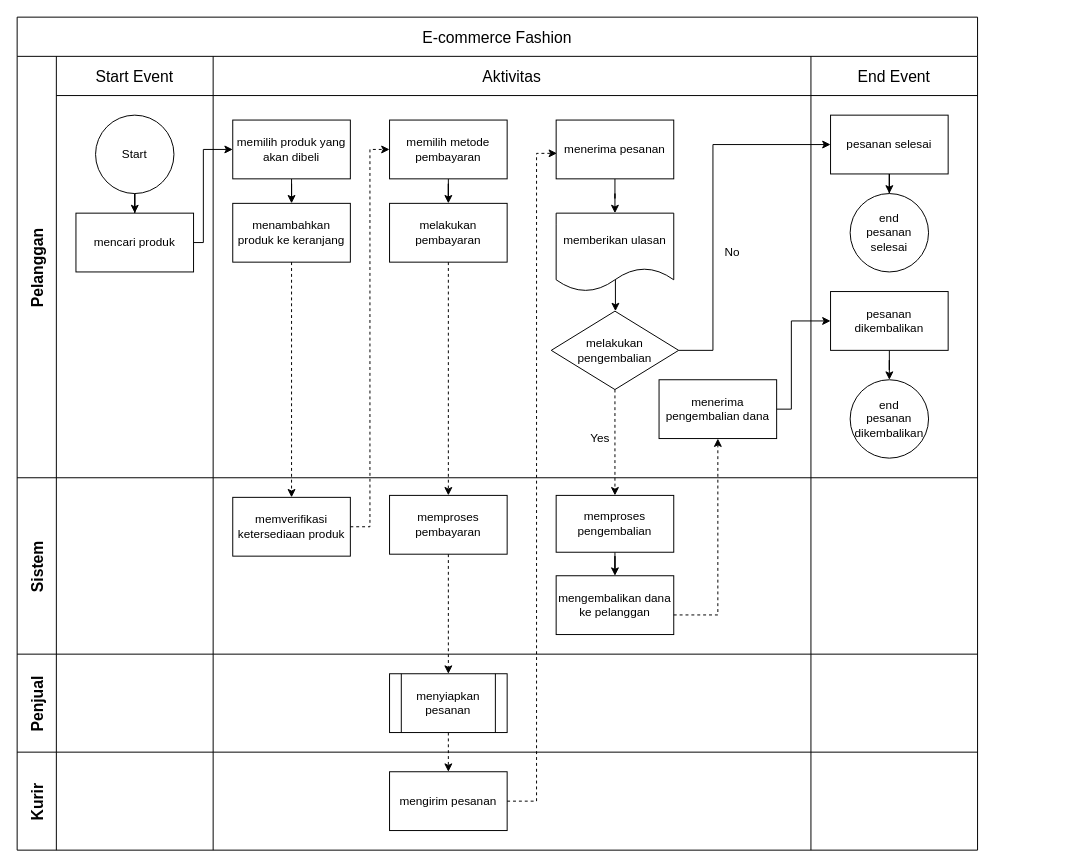
irwanx/BPMN keeps this draw.io diagram as img/Untitled Diagram.drawio. Above is the earlier version. Source tidied: cells renumbered, new cells numbered last; positions are measured from the earlier drawing's top-left corner, leaving out a move shared by most shapes. Both pictures are drawn from the tidied source at 98%, with x=0, y=0 at pixel (17, 17).
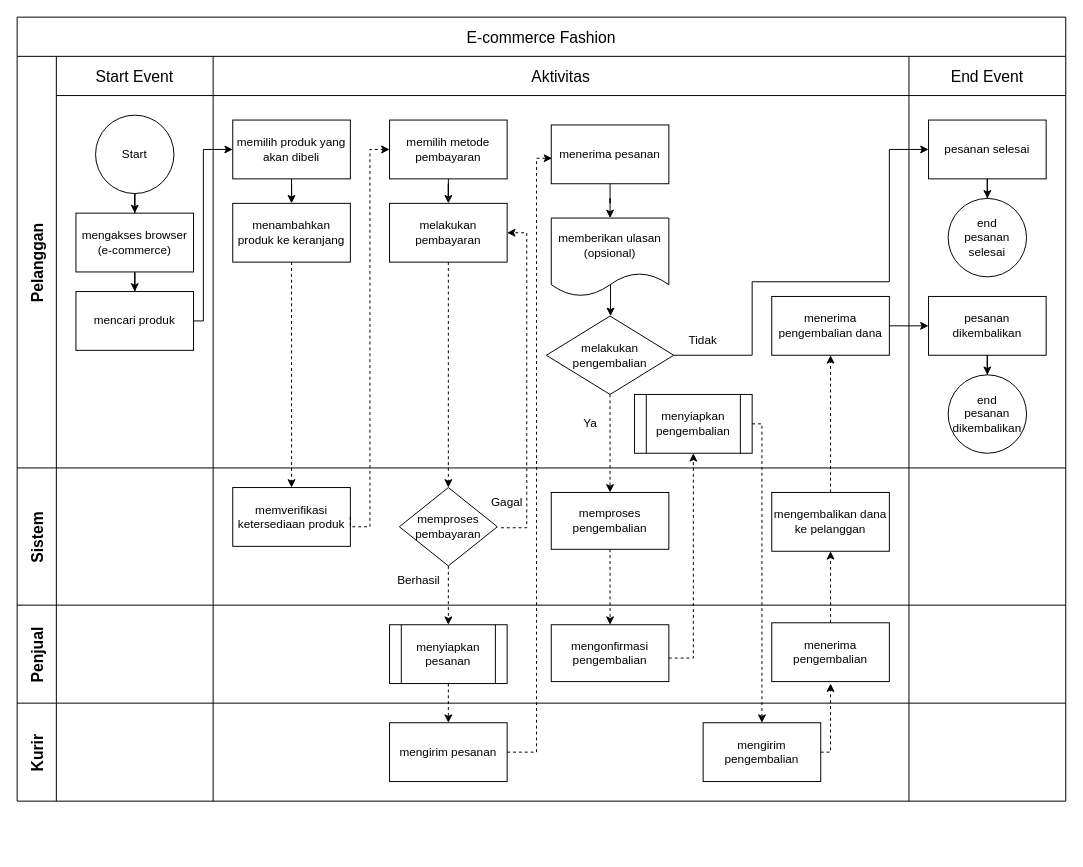
After the change.

Unchanged cells that the change refers to:
```xml
<mxCell id="10" value="&lt;div&gt;&lt;span style=&quot;background-color: initial;&quot;&gt;memilih produk yang akan dibeli&lt;/span&gt;&lt;br&gt;&lt;/div&gt;" style="whiteSpace=wrap;html=1;" parent="8" vertex="1">
  <mxGeometry x="20" y="65" width="120" height="60" as="geometry" />
</mxCell>
<mxCell id="14" value="melakukan pembayaran" style="whiteSpace=wrap;html=1;" parent="8" vertex="1">
  <mxGeometry x="180" y="150" width="120" height="60" as="geometry" />
</mxCell>
<mxCell id="45" value="menyiapkan pesanan" style="shape=process;whiteSpace=wrap;html=1;backgroundOutline=1;" parent="44" vertex="1">
  <mxGeometry x="180" y="20" width="120" height="60" as="geometry" />
</mxCell>
<mxCell id="50" value="mengirim pesanan" style="whiteSpace=wrap;html=1;" parent="49" vertex="1">
  <mxGeometry x="180" y="20" width="120" height="60" as="geometry" />
</mxCell>
```

Change to the diagram source:
```diff
@@
     <mxCell id="2" value="E-commerce Fashion" style="shape=table;childLayout=tableLayout;startSize=40;fontSize=16;" parent="1" vertex="1">
-      <mxGeometry width="980" height="850" as="geometry" />
+      <mxGeometry width="1070" height="800" as="geometry" />
     </mxCell>
     <mxCell id="3" value="Pelanggan" style="shape=tableRow;horizontal=0;swimlaneHead=0;swimlaneBody=0;top=0;left=0;strokeColor=inherit;bottom=0;right=0;fontStyle=1;fillColor=none;startSize=40;fontSize=16;" parent="2" vertex="1">
-      <mxGeometry y="40" width="980" height="430" as="geometry" />
+      <mxGeometry y="40" width="1070" height="420" as="geometry" />
     </mxCell>
     <mxCell id="4" value="Start Event" style="swimlane;swimlaneHead=0;swimlaneBody=0;fontStyle=0;strokeColor=inherit;fillColor=none;startSize=40;fontSize=16;" parent="3" vertex="1">
-      <mxGeometry x="40" width="160" height="430" as="geometry" />
+      <mxGeometry x="40" width="160" height="420" as="geometry" />
     </mxCell>
@@
+    <mxCell id="60" style="edgeStyle=orthogonalEdgeStyle;rounded=0;jettySize=auto;html=1;" parent="4" edge="1" source="7" target="61">
+      <mxGeometry relative="1" as="geometry" />
+    </mxCell>
-    <mxCell id="7" value="mencari produk" style="whiteSpace=wrap;html=1;" parent="4" vertex="1">
+    <mxCell id="7" value="mengakses browser&lt;div&gt;(e-commerce)&lt;/div&gt;" style="whiteSpace=wrap;html=1;" parent="4" vertex="1">
       <mxGeometry x="20" y="160" width="120" height="60" as="geometry" />
     </mxCell>
+    <mxCell id="61" value="mencari produk" style="whiteSpace=wrap;html=1;" parent="4" vertex="1">
+      <mxGeometry x="20" y="240" width="120" height="60" as="geometry" />
+    </mxCell>
     <mxCell id="8" value="Aktivitas" style="swimlane;swimlaneHead=0;swimlaneBody=0;fontStyle=0;strokeColor=inherit;fillColor=none;startSize=40;fontSize=16;" parent="3" vertex="1">
-      <mxGeometry x="200" width="610" height="430" as="geometry" />
+      <mxGeometry x="200" width="710" height="420" as="geometry" />
     </mxCell>
@@
     <mxCell id="16" value="menerima pesanan" style="whiteSpace=wrap;html=1;" parent="8" vertex="1">
-      <mxGeometry x="350" y="65" width="120" height="60" as="geometry" />
+      <mxGeometry x="345" y="70" width="120" height="60" as="geometry" />
     </mxCell>
@@
     <mxCell id="18" value="melakukan pengembalian" style="rhombus;whiteSpace=wrap;html=1;" parent="8" vertex="1">
-      <mxGeometry x="345" y="260" width="130" height="80" as="geometry" />
+      <mxGeometry x="340" y="265" width="130" height="80" as="geometry" />
     </mxCell>
     <mxCell id="19" value="menerima pengembalian dana" style="whiteSpace=wrap;html=1;" parent="8" vertex="1">
-      <mxGeometry x="455" y="330" width="120" height="60" as="geometry" />
+      <mxGeometry x="570" y="245" width="120" height="60" as="geometry" />
     </mxCell>
-    <mxCell id="20" value="No" style="text;html=1;align=center;verticalAlign=middle;whiteSpace=wrap;rounded=0;" parent="8" vertex="1">
-      <mxGeometry x="500" y="185" width="60" height="30" as="geometry" />
+    <mxCell id="20" value="Tidak" style="text;html=1;align=center;verticalAlign=middle;whiteSpace=wrap;rounded=0;" parent="8" vertex="1">
+      <mxGeometry x="470" y="275" width="60" height="30" as="geometry" />
     </mxCell>
-    <mxCell id="21" value="Yes" style="text;html=1;align=center;verticalAlign=middle;whiteSpace=wrap;rounded=0;direction=south;" parent="8" vertex="1">
-      <mxGeometry x="380" y="360" width="30" height="60" as="geometry" />
-    </mxCell>
-    <mxCell id="22" value="memberikan ulasan" style="shape=document;whiteSpace=wrap;html=1;boundedLbl=1;" parent="8" vertex="1">
-      <mxGeometry x="350" y="160" width="120" height="80" as="geometry" />
+    <mxCell id="22" value="memberikan ulasan&lt;div&gt;(opsional)&lt;/div&gt;" style="shape=document;whiteSpace=wrap;html=1;boundedLbl=1;" parent="8" vertex="1">
+      <mxGeometry x="345" y="165" width="120" height="80" as="geometry" />
     </mxCell>
-    <mxCell id="23" value="End Event" style="swimlane;swimlaneHead=0;swimlaneBody=0;fontStyle=0;strokeColor=inherit;fillColor=none;startSize=40;fontSize=16;" parent="3" vertex="1">
-      <mxGeometry x="810" width="170" height="430" as="geometry" />
-    </mxCell>
+    <mxCell id="62" value="menyiapkan pengembalian" style="shape=process;whiteSpace=wrap;html=1;backgroundOutline=1;" parent="8" vertex="1">
+      <mxGeometry x="430" y="345" width="120" height="60" as="geometry" />
+    </mxCell>
-    <mxCell id="24" style="edgeStyle=orthogonalEdgeStyle;rounded=0;jettySize=auto;html=1;" parent="23" edge="1" source="25" target="26">
+    <mxCell id="24" style="edgeStyle=orthogonalEdgeStyle;rounded=0;jettySize=auto;html=1;" parent="8" edge="1" source="25" target="26">
       <mxGeometry relative="1" as="geometry" />
     </mxCell>
-    <mxCell id="25" value="pesanan selesai" style="whiteSpace=wrap;html=1;" parent="23" vertex="1">
-      <mxGeometry x="20" y="60" width="120" height="60" as="geometry" />
+    <mxCell id="25" value="pesanan selesai" style="whiteSpace=wrap;html=1;" parent="8" vertex="1">
+      <mxGeometry x="730" y="65" width="120" height="60" as="geometry" />
     </mxCell>
-    <mxCell id="26" value="end&lt;div&gt;pesanan selesai&lt;/div&gt;" style="ellipse;whiteSpace=wrap;html=1;" parent="23" vertex="1">
-      <mxGeometry x="40" y="140" width="80" height="80" as="geometry" />
+    <mxCell id="26" value="end&lt;div&gt;pesanan selesai&lt;/div&gt;" style="ellipse;whiteSpace=wrap;html=1;" parent="8" vertex="1">
+      <mxGeometry x="750" y="145" width="80" height="80" as="geometry" />
     </mxCell>
-    <mxCell id="27" style="edgeStyle=orthogonalEdgeStyle;rounded=0;jettySize=auto;html=1;" parent="23" edge="1" source="28" target="29">
-      <mxGeometry relative="1" as="geometry" />
-    </mxCell>
-    <mxCell id="28" value="pesanan dikembalikan" style="whiteSpace=wrap;html=1;" parent="23" vertex="1">
-      <mxGeometry x="20" y="240" width="120" height="60" as="geometry" />
+    <mxCell id="28" value="pesanan dikembalikan" style="whiteSpace=wrap;html=1;" parent="8" vertex="1">
+      <mxGeometry x="730" y="245" width="120" height="60" as="geometry" />
     </mxCell>
-    <mxCell id="29" value="end&lt;div&gt;pesanan dikembalikan&lt;/div&gt;" style="ellipse;whiteSpace=wrap;html=1;" parent="23" vertex="1">
-      <mxGeometry x="40" y="330" width="80" height="80" as="geometry" />
-    </mxCell>
-    <mxCell id="30" style="edgeStyle=orthogonalEdgeStyle;rounded=0;jettySize=auto;html=1;" parent="3" edge="1" source="7" target="10">
-      <mxGeometry relative="1" as="geometry">
-        <Array as="points">
-          <mxPoint x="190" y="190" />
-          <mxPoint x="190" y="95" />
-        </Array>
-      </mxGeometry>
-    </mxCell>
-    <mxCell id="31" style="edgeStyle=orthogonalEdgeStyle;rounded=0;jettySize=auto;html=1;exitX=1;exitY=0.5;exitDx=0;exitDy=0;" parent="3" edge="1" source="18" target="25">
+    <mxCell id="31" style="edgeStyle=orthogonalEdgeStyle;rounded=0;jettySize=auto;html=1;exitX=1;exitY=0.5;exitDx=0;exitDy=0;" parent="8" edge="1" source="18" target="25">
       <mxGeometry relative="1" as="geometry">
         <Array as="points">
-          <mxPoint x="710" y="300" />
-          <mxPoint x="710" y="90" />
+          <mxPoint x="550" y="305" />
+          <mxPoint x="550" y="230" />
+          <mxPoint x="690" y="230" />
+          <mxPoint x="690" y="95" />
         </Array>
       </mxGeometry>
     </mxCell>
-    <mxCell id="32" style="edgeStyle=orthogonalEdgeStyle;rounded=0;jettySize=auto;html=1;entryX=0;entryY=0.5;entryDx=0;entryDy=0;" parent="3" edge="1" source="19" target="28">
+    <mxCell id="32" style="edgeStyle=orthogonalEdgeStyle;rounded=0;jettySize=auto;html=1;entryX=0;entryY=0.5;entryDx=0;entryDy=0;" parent="8" edge="1" source="19" target="28">
       <mxGeometry relative="1" as="geometry">
         <Array as="points">
-          <mxPoint x="790" y="360" />
-          <mxPoint x="790" y="270" />
+          <mxPoint x="670" y="275" />
+          <mxPoint x="670" y="275" />
         </Array>
       </mxGeometry>
     </mxCell>
+    <mxCell id="21" value="Ya" style="text;html=1;align=center;verticalAlign=middle;whiteSpace=wrap;rounded=0;direction=south;" parent="8" vertex="1">
+      <mxGeometry x="370" y="345" width="30" height="60" as="geometry" />
+    </mxCell>
+    <mxCell id="39" value="memproses pengembalian" style="whiteSpace=wrap;html=1;" parent="8" vertex="1">
+      <mxGeometry x="345" y="445" width="120" height="58" as="geometry" />
+    </mxCell>
+    <mxCell id="40" value="mengembalikan dana ke pelanggan" style="whiteSpace=wrap;html=1;" parent="8" vertex="1">
+      <mxGeometry x="570" y="445" width="120" height="60" as="geometry" />
+    </mxCell>
+    <mxCell id="63" style="edgeStyle=orthogonalEdgeStyle;rounded=0;jettySize=auto;html=1;dashed=1;" parent="8" edge="1" source="64">
+      <mxGeometry relative="1" as="geometry">
+        <mxPoint x="630" y="640" as="targetPoint" />
+        <Array as="points">
+          <mxPoint x="630" y="710" />
+        </Array>
+      </mxGeometry>
+    </mxCell>
+    <mxCell id="54" style="edgeStyle=orthogonalEdgeStyle;rounded=0;jettySize=auto;html=1;dashed=1;" parent="8" edge="1" source="18" target="39">
+      <mxGeometry relative="1" as="geometry" />
+    </mxCell>
+    <mxCell id="55" style="edgeStyle=orthogonalEdgeStyle;rounded=0;jettySize=auto;html=1;dashed=1;" parent="8" edge="1" source="40" target="19">
+      <mxGeometry relative="1" as="geometry">
+        <Array as="points">
+          <mxPoint x="630" y="425" />
+          <mxPoint x="630" y="425" />
+        </Array>
+      </mxGeometry>
+    </mxCell>
+    <mxCell id="29" value="end&lt;div&gt;pesanan dikembalikan&lt;/div&gt;" style="ellipse;whiteSpace=wrap;html=1;" parent="8" vertex="1">
+      <mxGeometry x="750" y="325" width="80" height="80" as="geometry" />
+    </mxCell>
+    <mxCell id="27" style="edgeStyle=orthogonalEdgeStyle;rounded=0;jettySize=auto;html=1;" parent="8" edge="1" source="28" target="29">
+      <mxGeometry relative="1" as="geometry" />
+    </mxCell>
+    <mxCell id="64" value="mengirim pengembalian" style="whiteSpace=wrap;html=1;" parent="8" vertex="1">
+      <mxGeometry x="500" y="680" width="120" height="60" as="geometry" />
+    </mxCell>
+    <mxCell id="65" style="edgeStyle=orthogonalEdgeStyle;rounded=0;jettySize=auto;html=1;dashed=1;" parent="8" edge="1" source="62" target="64">
+      <mxGeometry relative="1" as="geometry">
+        <Array as="points">
+          <mxPoint x="560" y="375" />
+        </Array>
+      </mxGeometry>
+    </mxCell>
+    <mxCell id="23" value="End Event" style="swimlane;swimlaneHead=0;swimlaneBody=0;fontStyle=0;strokeColor=inherit;fillColor=none;startSize=40;fontSize=16;" parent="3" vertex="1">
+      <mxGeometry x="910" width="160" height="420" as="geometry" />
+    </mxCell>
+    <mxCell id="30" style="edgeStyle=orthogonalEdgeStyle;rounded=0;jettySize=auto;html=1;exitX=1;exitY=0.5;exitDx=0;exitDy=0;" parent="3" edge="1" source="61" target="10">
+      <mxGeometry relative="1" as="geometry">
+        <Array as="points">
+          <mxPoint x="190" y="270" />
+          <mxPoint x="190" y="95" />
+        </Array>
+      </mxGeometry>
+    </mxCell>
     <mxCell id="33" value="Sistem" style="shape=tableRow;horizontal=0;swimlaneHead=0;swimlaneBody=0;top=0;left=0;strokeColor=inherit;bottom=0;right=0;fontStyle=1;fillColor=none;startSize=40;fontSize=16;" parent="2" vertex="1">
-      <mxGeometry y="470" width="980" height="180" as="geometry" />
+      <mxGeometry y="460" width="1070" height="140" as="geometry" />
     </mxCell>
     <mxCell id="34" style="swimlane;swimlaneHead=0;swimlaneBody=0;fontStyle=0;strokeColor=inherit;fillColor=none;startSize=0;fontSize=16;" parent="33" vertex="1">
-      <mxGeometry x="40" width="160" height="180" as="geometry" />
+      <mxGeometry x="40" width="160" height="140" as="geometry" />
     </mxCell>
     <mxCell id="35" style="swimlane;swimlaneHead=0;swimlaneBody=0;fontStyle=0;strokeColor=inherit;fillColor=none;startSize=0;fontSize=16;" parent="33" vertex="1">
-      <mxGeometry x="200" width="610" height="180" as="geometry" />
+      <mxGeometry x="200" width="710" height="140" as="geometry" />
     </mxCell>
@@
-    <mxCell id="37" value="memproses pembayaran" style="whiteSpace=wrap;html=1;" parent="35" vertex="1">
-      <mxGeometry x="180" y="18" width="120" height="60" as="geometry" />
+    <mxCell id="37" value="memproses pembayaran" style="rhombus;whiteSpace=wrap;html=1;" parent="35" vertex="1">
+      <mxGeometry x="190" y="20" width="100" height="80" as="geometry" />
     </mxCell>
-    <mxCell id="38" style="edgeStyle=orthogonalEdgeStyle;rounded=0;jettySize=auto;html=1;" parent="35" edge="1" source="39" target="40">
-      <mxGeometry relative="1" as="geometry" />
-    </mxCell>
-    <mxCell id="39" value="memproses pengembalian" style="whiteSpace=wrap;html=1;" parent="35" vertex="1">
-      <mxGeometry x="350" y="18" width="120" height="58" as="geometry" />
-    </mxCell>
-    <mxCell id="40" value="mengembalikan dana ke pelanggan" style="whiteSpace=wrap;html=1;" parent="35" vertex="1">
-      <mxGeometry x="350" y="100" width="120" height="60" as="geometry" />
-    </mxCell>
+    <mxCell id="66" value="Berhasil" style="text;html=1;align=center;verticalAlign=middle;whiteSpace=wrap;rounded=0;" parent="35" vertex="1">
+      <mxGeometry x="180" y="100" width="60" height="30" as="geometry" />
+    </mxCell>
+    <mxCell id="67" value="Gagal" style="text;html=1;align=center;verticalAlign=middle;whiteSpace=wrap;rounded=0;" parent="35" vertex="1">
+      <mxGeometry x="270" y="20" width="60" height="30" as="geometry" />
+    </mxCell>
     <mxCell id="41" style="swimlane;swimlaneHead=0;swimlaneBody=0;fontStyle=0;strokeColor=inherit;fillColor=none;startSize=0;fontSize=16;" parent="33" vertex="1">
-      <mxGeometry x="810" width="170" height="180" as="geometry" />
+      <mxGeometry x="910" width="160" height="140" as="geometry" />
     </mxCell>
     <mxCell id="42" value="Penjual" style="shape=tableRow;horizontal=0;swimlaneHead=0;swimlaneBody=0;top=0;left=0;strokeColor=inherit;bottom=0;right=0;fontStyle=1;fillColor=none;startSize=40;fontSize=16;" parent="2" vertex="1">
-      <mxGeometry y="650" width="980" height="100" as="geometry" />
+      <mxGeometry y="600" width="1070" height="100" as="geometry" />
     </mxCell>
@@
     <mxCell id="44" style="swimlane;swimlaneHead=0;swimlaneBody=0;fontStyle=0;strokeColor=inherit;fillColor=none;startSize=0;fontSize=16;" parent="42" vertex="1">
-      <mxGeometry x="200" width="610" height="100" as="geometry" />
+      <mxGeometry x="200" width="710" height="100" as="geometry" />
     </mxCell>
@@
+    <mxCell id="68" value="mengonfirmasi pengembalian" style="whiteSpace=wrap;html=1;" parent="44" vertex="1">
+      <mxGeometry x="345" y="20" width="120" height="58" as="geometry" />
+    </mxCell>
+    <mxCell id="69" value="menerima pengembalian" style="whiteSpace=wrap;html=1;" parent="44" vertex="1">
+      <mxGeometry x="570" y="18" width="120" height="60" as="geometry" />
+    </mxCell>
     <mxCell id="46" style="swimlane;swimlaneHead=0;swimlaneBody=0;fontStyle=0;strokeColor=inherit;fillColor=none;startSize=0;fontSize=16;" parent="42" vertex="1">
-      <mxGeometry x="810" width="170" height="100" as="geometry" />
+      <mxGeometry x="910" width="160" height="100" as="geometry" />
     </mxCell>
     <mxCell id="47" value="Kurir" style="shape=tableRow;horizontal=0;swimlaneHead=0;swimlaneBody=0;top=0;left=0;strokeColor=inherit;bottom=0;right=0;fontStyle=1;fillColor=none;startSize=40;fontSize=16;" parent="2" vertex="1">
-      <mxGeometry y="750" width="980" height="100" as="geometry" />
+      <mxGeometry y="700" width="1070" height="100" as="geometry" />
     </mxCell>
@@
     <mxCell id="49" style="swimlane;swimlaneHead=0;swimlaneBody=0;fontStyle=0;strokeColor=inherit;fillColor=none;startSize=0;fontSize=16;" parent="47" vertex="1">
-      <mxGeometry x="200" width="610" height="100" as="geometry" />
+      <mxGeometry x="200" width="710" height="100" as="geometry" />
     </mxCell>
@@
     <mxCell id="51" style="swimlane;swimlaneHead=0;swimlaneBody=0;fontStyle=0;strokeColor=inherit;fillColor=none;startSize=0;fontSize=16;" parent="47" vertex="1">
-      <mxGeometry x="810" width="170" height="100" as="geometry" />
+      <mxGeometry x="910" width="160" height="100" as="geometry" />
     </mxCell>
@@
     <mxCell id="53" style="edgeStyle=orthogonalEdgeStyle;rounded=0;jettySize=auto;html=1;dashed=1;entryX=0.007;entryY=0.566;entryDx=0;entryDy=0;entryPerimeter=0;" parent="2" edge="1" source="50" target="16">
       <mxGeometry relative="1" as="geometry">
         <Array as="points">
-          <mxPoint x="530" y="800" />
-          <mxPoint x="530" y="139" />
+          <mxPoint x="530" y="750" />
+          <mxPoint x="530" y="144" />
         </Array>
       </mxGeometry>
     </mxCell>
-    <mxCell id="54" style="edgeStyle=orthogonalEdgeStyle;rounded=0;jettySize=auto;html=1;dashed=1;" parent="2" edge="1" source="18" target="39">
-      <mxGeometry relative="1" as="geometry" />
-    </mxCell>
-    <mxCell id="55" style="edgeStyle=orthogonalEdgeStyle;rounded=0;jettySize=auto;html=1;dashed=1;" parent="2" edge="1" source="40" target="19">
-      <mxGeometry relative="1" as="geometry">
-        <Array as="points">
-          <mxPoint x="715" y="610" />
-        </Array>
-      </mxGeometry>
-    </mxCell>
@@
     <mxCell id="57" style="endArrow=classic;html=1;rounded=0;entryX=0.5;entryY=0;entryDx=0;entryDy=0;edgeStyle=orthogonalEdgeStyle;endFill=1;exitX=0.5;exitY=1;exitDx=0;exitDy=0;dashed=1;" parent="2" edge="1" source="14" target="37">
-      <mxGeometry relative="1" as="geometry">
-        <Array as="points">
-          <mxPoint x="440" y="440" />
-          <mxPoint x="440" y="440" />
-        </Array>
-      </mxGeometry>
+      <mxGeometry relative="1" as="geometry" />
     </mxCell>
@@
-    <mxCell id="59" style="endArrow=classic;dashed=1;html=1;strokeWidth=1;rounded=0;entryX=0.5;entryY=0;entryDx=0;entryDy=0;endFill=1;" parent="2" edge="1" source="37" target="45">
-      <mxGeometry relative="1" as="geometry" />
+    <mxCell id="59" style="endArrow=classic;dashed=1;html=1;strokeWidth=1;rounded=0;entryX=0.5;entryY=0;entryDx=0;entryDy=0;endFill=1;" parent="2" edge="1" target="45">
+      <mxGeometry relative="1" as="geometry">
+        <mxPoint x="440" y="560" as="sourcePoint" />
+      </mxGeometry>
     </mxCell>
+    <mxCell id="70" style="endArrow=classic;html=1;rounded=0;exitX=1.037;exitY=0.513;exitDx=0;exitDy=0;exitPerimeter=0;entryX=1;entryY=0.5;entryDx=0;entryDy=0;dashed=1;edgeStyle=orthogonalEdgeStyle;" parent="2" edge="1" source="37" target="14">
+      <mxGeometry relative="1" as="geometry">
+        <Array as="points">
+          <mxPoint x="520" y="521" />
+          <mxPoint x="520" y="220" />
+        </Array>
+      </mxGeometry>
+    </mxCell>
+    <mxCell id="71" style="edgeStyle=orthogonalEdgeStyle;rounded=0;jettySize=auto;html=1;dashed=1;" parent="2" edge="1" source="39" target="68">
+      <mxGeometry relative="1" as="geometry" />
+    </mxCell>
+    <mxCell id="72" style="edgeStyle=orthogonalEdgeStyle;rounded=0;jettySize=auto;html=1;dashed=1;" parent="2" edge="1" source="68" target="62">
+      <mxGeometry relative="1" as="geometry">
+        <Array as="points">
+          <mxPoint x="690" y="654" />
+        </Array>
+      </mxGeometry>
+    </mxCell>
+    <mxCell id="38" style="edgeStyle=orthogonalEdgeStyle;rounded=0;jettySize=auto;html=1;exitX=0.5;exitY=0;exitDx=0;exitDy=0;dashed=1;" parent="2" edge="1" source="69" target="40">
+      <mxGeometry relative="1" as="geometry" />
+    </mxCell>
```
